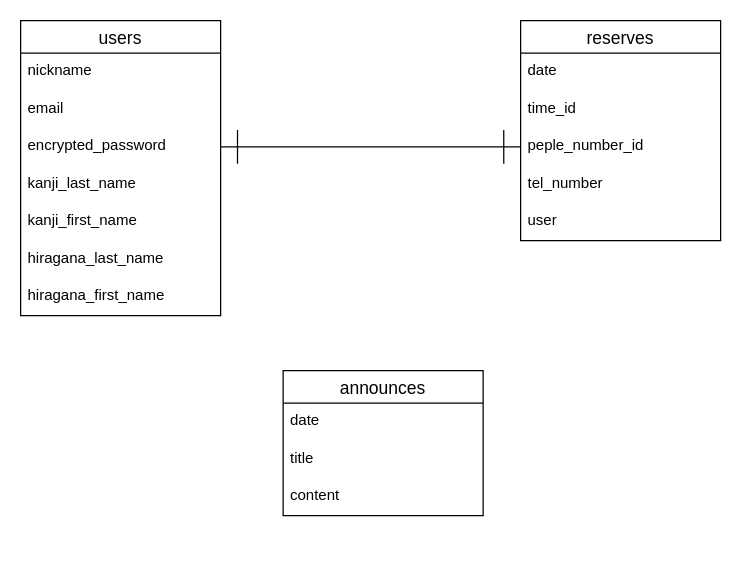
Earlier version of the draw.io diagram small-cafe.dio (kenken-1275/small-cafe). Source tidied: cells renumbered, new cells numbered last; positions are measured from the earlier drawing's top-left corner, leaving out a move shared by most shapes. Both pictures are drawn from the tidied source at 125%, with x=0, y=0 at pixel (20, 20).
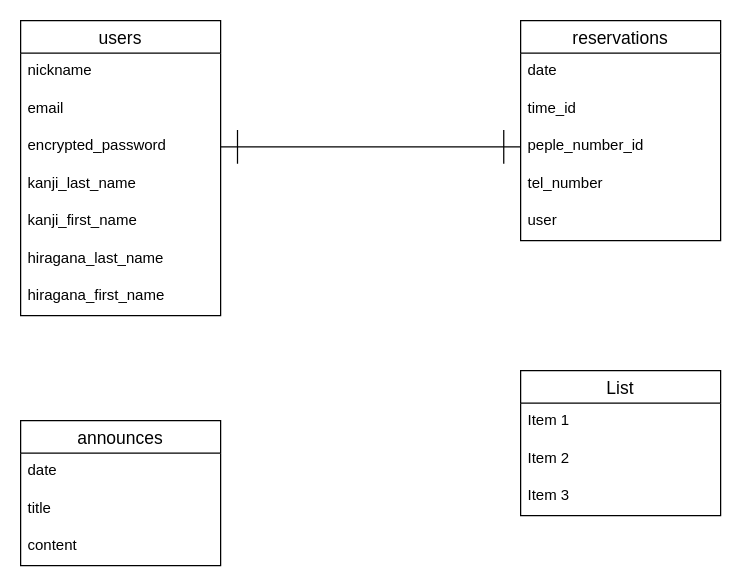
After the change.

What changed in the source:
```diff
@@
-    <mxCell id="10" value="reserves" style="swimlane;fontStyle=0;horizontal=1;startSize=26;align=center;fontSize=14;" parent="1" vertex="1">
+    <mxCell id="10" value="reservations" style="swimlane;fontStyle=0;horizontal=1;startSize=26;align=center;fontSize=14;" parent="1" vertex="1">
       <mxGeometry x="400" width="160" height="176" as="geometry" />
     </mxCell>
@@
     <mxCell id="16" value="announces" style="swimlane;fontStyle=0;horizontal=1;startSize=26;align=center;fontSize=14;" parent="1" vertex="1">
-      <mxGeometry x="210" y="280" width="160" height="116" as="geometry" />
+      <mxGeometry y="320" width="160" height="116" as="geometry" />
     </mxCell>
@@
+    <mxCell id="21" value="List" style="swimlane;fontStyle=0;horizontal=1;startSize=26;align=center;fontSize=14;" parent="1" vertex="1">
+      <mxGeometry x="400" y="280" width="160" height="116" as="geometry" />
+    </mxCell>
+    <mxCell id="22" value="Item 1" style="text;strokeColor=none;fillColor=none;spacingLeft=4;spacingRight=4;overflow=hidden;fontSize=12;" parent="21" vertex="1">
+      <mxGeometry y="26" width="160" height="30" as="geometry" />
+    </mxCell>
+    <mxCell id="23" value="Item 2" style="text;strokeColor=none;fillColor=none;spacingLeft=4;spacingRight=4;overflow=hidden;fontSize=12;" parent="21" vertex="1">
+      <mxGeometry y="56" width="160" height="30" as="geometry" />
+    </mxCell>
+    <mxCell id="24" value="Item 3" style="text;strokeColor=none;fillColor=none;spacingLeft=4;spacingRight=4;overflow=hidden;fontSize=12;" parent="21" vertex="1">
+      <mxGeometry y="86" width="160" height="30" as="geometry" />
+    </mxCell>
```
